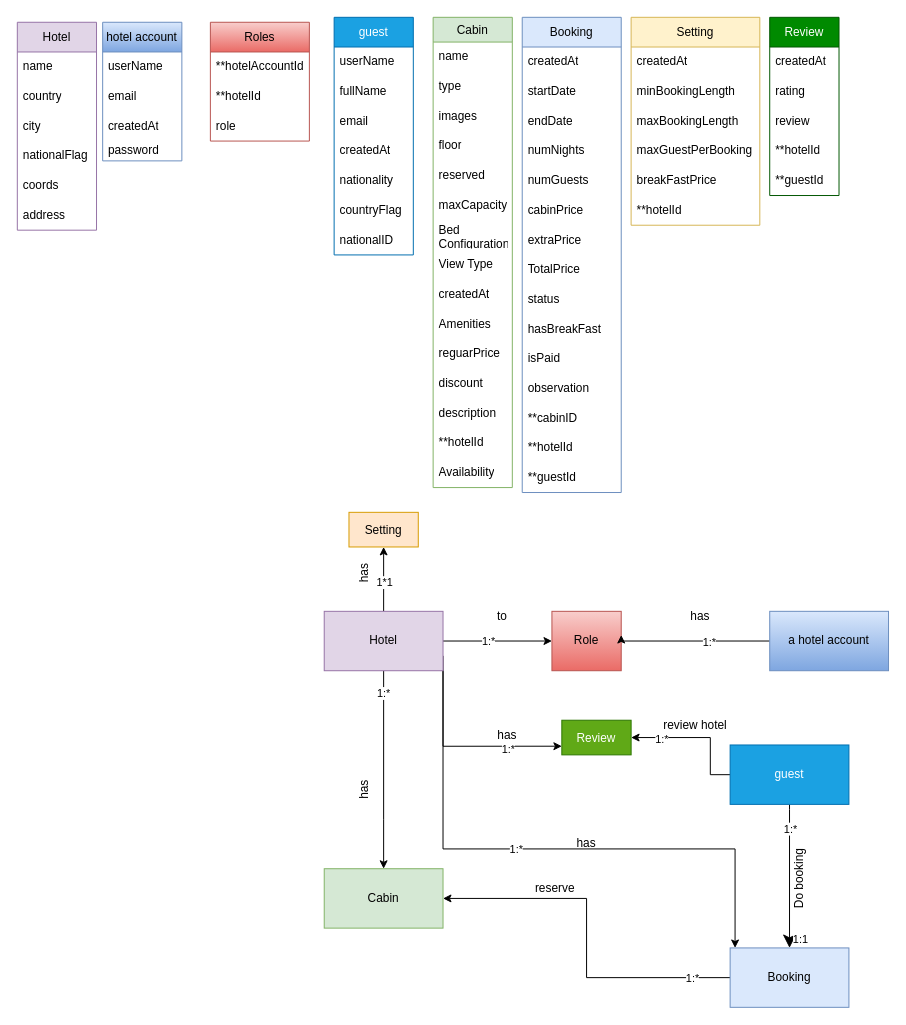
Earlier version of the draw.io diagram src/database model/booking-back-end_model.drawio (natnaelAbebaw/Roomy-backend). Source tidied: cells renumbered, new cells numbered last; positions are measured from the earlier drawing's top-left corner, leaving out a move shared by most shapes. Both pictures are drawn from the tidied source at 99%, with x=0, y=0 at pixel (17, 17).
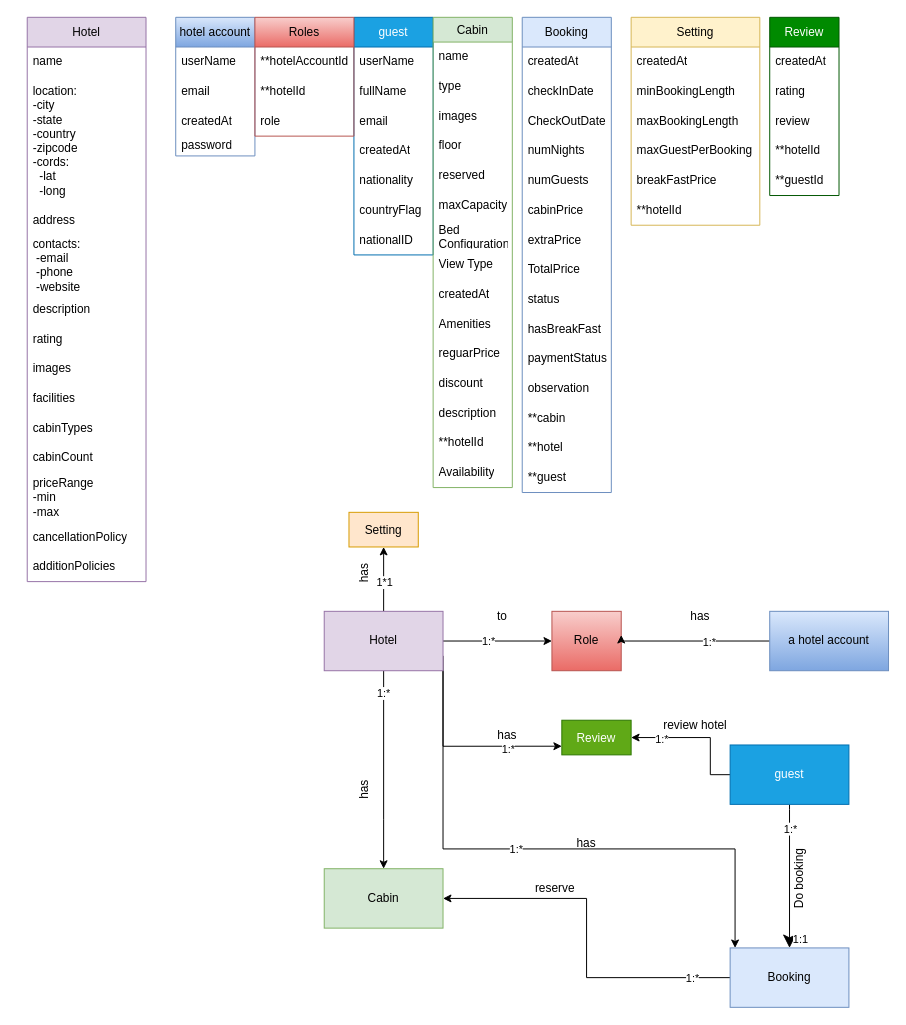
The same page after the edit.

Change to the diagram source:
```diff
@@
     <mxCell id="2" value="Hotel" style="swimlane;fontStyle=0;horizontal=1;startSize=30;whiteSpace=wrap;html=1;fillColor=#e1d5e7;strokeColor=#9673a6;" parent="1" vertex="1">
-      <mxGeometry y="5" width="80" height="210" as="geometry" />
+      <mxGeometry x="10" width="120" height="570" as="geometry" />
     </mxCell>
     <mxCell id="3" value="name" style="text;strokeColor=none;fillColor=none;align=left;verticalAlign=middle;spacingLeft=4;spacingRight=4;overflow=hidden;whiteSpace=wrap;html=1;" parent="2" vertex="1">
-      <mxGeometry y="30" width="80" height="30" as="geometry" />
+      <mxGeometry y="30" width="120" height="30" as="geometry" />
     </mxCell>
-    <mxCell id="4" value="country" style="text;strokeColor=none;fillColor=none;align=left;verticalAlign=middle;spacingLeft=4;spacingRight=4;overflow=hidden;whiteSpace=wrap;html=1;" parent="2" vertex="1">
-      <mxGeometry y="60" width="80" height="30" as="geometry" />
+    <mxCell id="4" value="location:&lt;br&gt;-city&lt;br&gt;-state&lt;br&gt;-country&lt;br&gt;-zipcode&lt;br&gt;-cords:&lt;br&gt;&amp;nbsp; -lat&lt;br&gt;&amp;nbsp; -long" style="text;strokeColor=none;fillColor=none;align=left;verticalAlign=middle;spacingLeft=4;spacingRight=4;overflow=hidden;whiteSpace=wrap;html=1;" parent="2" vertex="1">
+      <mxGeometry y="60" width="120" height="130" as="geometry" />
     </mxCell>
+    <mxCell id="8" value="address" style="text;strokeColor=none;fillColor=none;align=left;verticalAlign=middle;spacingLeft=4;spacingRight=4;overflow=hidden;whiteSpace=wrap;html=1;" parent="2" vertex="1">
+      <mxGeometry y="190" width="120" height="30" as="geometry" />
+    </mxCell>
-    <mxCell id="5" value="city" style="text;strokeColor=none;fillColor=none;align=left;verticalAlign=middle;spacingLeft=4;spacingRight=4;overflow=hidden;whiteSpace=wrap;html=1;" parent="2" vertex="1">
-      <mxGeometry y="90" width="80" height="30" as="geometry" />
+    <mxCell id="5" value="contacts:&lt;br&gt;&amp;nbsp;-email&lt;br&gt;&amp;nbsp;-phone&lt;br&gt;&amp;nbsp;-website" style="text;strokeColor=none;fillColor=none;align=left;verticalAlign=middle;spacingLeft=4;spacingRight=4;overflow=hidden;whiteSpace=wrap;html=1;" parent="2" vertex="1">
+      <mxGeometry y="220" width="120" height="60" as="geometry" />
     </mxCell>
-    <mxCell id="6" value="nationalFlag" style="text;strokeColor=none;fillColor=none;align=left;verticalAlign=middle;spacingLeft=4;spacingRight=4;overflow=hidden;whiteSpace=wrap;html=1;" parent="2" vertex="1">
-      <mxGeometry y="120" width="80" height="30" as="geometry" />
+    <mxCell id="6" value="description" style="text;strokeColor=none;fillColor=none;align=left;verticalAlign=middle;spacingLeft=4;spacingRight=4;overflow=hidden;whiteSpace=wrap;html=1;" parent="2" vertex="1">
+      <mxGeometry y="280" width="120" height="30" as="geometry" />
     </mxCell>
+    <mxCell id="107" value="rating" style="text;strokeColor=none;fillColor=none;align=left;verticalAlign=middle;spacingLeft=4;spacingRight=4;overflow=hidden;whiteSpace=wrap;html=1;" parent="2" vertex="1">
+      <mxGeometry y="310" width="120" height="30" as="geometry" />
+    </mxCell>
-    <mxCell id="7" value="coords" style="text;strokeColor=none;fillColor=none;align=left;verticalAlign=middle;spacingLeft=4;spacingRight=4;overflow=hidden;whiteSpace=wrap;html=1;" parent="2" vertex="1">
-      <mxGeometry y="150" width="80" height="30" as="geometry" />
+    <mxCell id="7" value="images" style="text;strokeColor=none;fillColor=none;align=left;verticalAlign=middle;spacingLeft=4;spacingRight=4;overflow=hidden;whiteSpace=wrap;html=1;" parent="2" vertex="1">
+      <mxGeometry y="340" width="120" height="30" as="geometry" />
     </mxCell>
-    <mxCell id="8" value="address" style="text;strokeColor=none;fillColor=none;align=left;verticalAlign=middle;spacingLeft=4;spacingRight=4;overflow=hidden;whiteSpace=wrap;html=1;" parent="2" vertex="1">
-      <mxGeometry y="180" width="80" height="30" as="geometry" />
-    </mxCell>
+    <mxCell id="108" value="facilities" style="text;strokeColor=none;fillColor=none;align=left;verticalAlign=middle;spacingLeft=4;spacingRight=4;overflow=hidden;whiteSpace=wrap;html=1;" parent="2" vertex="1">
+      <mxGeometry y="370" width="120" height="30" as="geometry" />
+    </mxCell>
+    <mxCell id="109" value="cabinTypes" style="text;strokeColor=none;fillColor=none;align=left;verticalAlign=middle;spacingLeft=4;spacingRight=4;overflow=hidden;whiteSpace=wrap;html=1;" parent="2" vertex="1">
+      <mxGeometry y="400" width="120" height="30" as="geometry" />
+    </mxCell>
+    <mxCell id="110" value="cabinCount" style="text;strokeColor=none;fillColor=none;align=left;verticalAlign=middle;spacingLeft=4;spacingRight=4;overflow=hidden;whiteSpace=wrap;html=1;" parent="2" vertex="1">
+      <mxGeometry y="430" width="120" height="30" as="geometry" />
+    </mxCell>
+    <mxCell id="111" value="priceRange&lt;br&gt;-min&lt;br&gt;-max" style="text;strokeColor=none;fillColor=none;align=left;verticalAlign=middle;spacingLeft=4;spacingRight=4;overflow=hidden;whiteSpace=wrap;html=1;" parent="2" vertex="1">
+      <mxGeometry y="460" width="120" height="50" as="geometry" />
+    </mxCell>
+    <mxCell id="112" value="cancellationPolicy" style="text;strokeColor=none;fillColor=none;align=left;verticalAlign=middle;spacingLeft=4;spacingRight=4;overflow=hidden;whiteSpace=wrap;html=1;" parent="2" vertex="1">
+      <mxGeometry y="510" width="120" height="30" as="geometry" />
+    </mxCell>
+    <mxCell id="113" value="additionPolicies" style="text;strokeColor=none;fillColor=none;align=left;verticalAlign=middle;spacingLeft=4;spacingRight=4;overflow=hidden;whiteSpace=wrap;html=1;" parent="2" vertex="1">
+      <mxGeometry y="540" width="120" height="30" as="geometry" />
+    </mxCell>
     <mxCell id="9" value="guest" style="swimlane;fontStyle=0;horizontal=1;startSize=30;whiteSpace=wrap;html=1;fillColor=#1ba1e2;fontColor=#ffffff;strokeColor=#006EAF;" parent="1" vertex="1">
-      <mxGeometry x="320" width="80" height="240" as="geometry" />
+      <mxGeometry x="340" width="80" height="240" as="geometry" />
     </mxCell>
@@
     <mxCell id="33" value="Booking" style="swimlane;fontStyle=0;horizontal=1;startSize=30;whiteSpace=wrap;html=1;fillColor=#dae8fc;strokeColor=#6c8ebf;" parent="1" vertex="1">
-      <mxGeometry x="510" width="100" height="480" as="geometry" />
+      <mxGeometry x="510" width="90" height="480" as="geometry" />
     </mxCell>
     <mxCell id="34" value="createdAt" style="text;strokeColor=none;fillColor=none;align=left;verticalAlign=middle;spacingLeft=4;spacingRight=4;overflow=hidden;whiteSpace=wrap;html=1;" parent="33" vertex="1">
-      <mxGeometry y="30" width="100" height="30" as="geometry" />
+      <mxGeometry y="30" width="90" height="30" as="geometry" />
     </mxCell>
-    <mxCell id="35" value="startDate" style="text;strokeColor=none;fillColor=none;align=left;verticalAlign=middle;spacingLeft=4;spacingRight=4;overflow=hidden;whiteSpace=wrap;html=1;" parent="33" vertex="1">
-      <mxGeometry y="60" width="100" height="30" as="geometry" />
+    <mxCell id="35" value="checkInDate" style="text;strokeColor=none;fillColor=none;align=left;verticalAlign=middle;spacingLeft=4;spacingRight=4;overflow=hidden;whiteSpace=wrap;html=1;" parent="33" vertex="1">
+      <mxGeometry y="60" width="90" height="30" as="geometry" />
     </mxCell>
-    <mxCell id="36" value="endDate" style="text;strokeColor=none;fillColor=none;align=left;verticalAlign=middle;spacingLeft=4;spacingRight=4;overflow=hidden;whiteSpace=wrap;html=1;" parent="33" vertex="1">
-      <mxGeometry y="90" width="100" height="30" as="geometry" />
+    <mxCell id="36" value="CheckOutDate" style="text;strokeColor=none;fillColor=none;align=left;verticalAlign=middle;spacingLeft=4;spacingRight=4;overflow=hidden;whiteSpace=wrap;html=1;" parent="33" vertex="1">
+      <mxGeometry y="90" width="90" height="30" as="geometry" />
     </mxCell>
     <mxCell id="37" value="numNights" style="text;strokeColor=none;fillColor=none;align=left;verticalAlign=middle;spacingLeft=4;spacingRight=4;overflow=hidden;whiteSpace=wrap;html=1;" parent="33" vertex="1">
-      <mxGeometry y="120" width="100" height="30" as="geometry" />
+      <mxGeometry y="120" width="90" height="30" as="geometry" />
     </mxCell>
     <mxCell id="38" value="numGuests" style="text;strokeColor=none;fillColor=none;align=left;verticalAlign=middle;spacingLeft=4;spacingRight=4;overflow=hidden;whiteSpace=wrap;html=1;" parent="33" vertex="1">
-      <mxGeometry y="150" width="100" height="30" as="geometry" />
+      <mxGeometry y="150" width="90" height="30" as="geometry" />
     </mxCell>
     <mxCell id="39" value="cabinPrice" style="text;strokeColor=none;fillColor=none;align=left;verticalAlign=middle;spacingLeft=4;spacingRight=4;overflow=hidden;whiteSpace=wrap;html=1;" parent="33" vertex="1">
-      <mxGeometry y="180" width="100" height="30" as="geometry" />
+      <mxGeometry y="180" width="90" height="30" as="geometry" />
     </mxCell>
     <mxCell id="40" value="extraPrice" style="text;strokeColor=none;fillColor=none;align=left;verticalAlign=middle;spacingLeft=4;spacingRight=4;overflow=hidden;whiteSpace=wrap;html=1;" parent="33" vertex="1">
-      <mxGeometry y="210" width="100" height="30" as="geometry" />
+      <mxGeometry y="210" width="90" height="30" as="geometry" />
     </mxCell>
     <mxCell id="41" value="TotalPrice" style="text;strokeColor=none;fillColor=none;align=left;verticalAlign=middle;spacingLeft=4;spacingRight=4;overflow=hidden;whiteSpace=wrap;html=1;" parent="33" vertex="1">
-      <mxGeometry y="240" width="100" height="30" as="geometry" />
+      <mxGeometry y="240" width="90" height="30" as="geometry" />
     </mxCell>
     <mxCell id="42" value="status" style="text;strokeColor=none;fillColor=none;align=left;verticalAlign=middle;spacingLeft=4;spacingRight=4;overflow=hidden;whiteSpace=wrap;html=1;" parent="33" vertex="1">
-      <mxGeometry y="270" width="100" height="30" as="geometry" />
+      <mxGeometry y="270" width="90" height="30" as="geometry" />
     </mxCell>
     <mxCell id="43" value="hasBreakFast" style="text;strokeColor=none;fillColor=none;align=left;verticalAlign=middle;spacingLeft=4;spacingRight=4;overflow=hidden;whiteSpace=wrap;html=1;" parent="33" vertex="1">
-      <mxGeometry y="300" width="100" height="30" as="geometry" />
+      <mxGeometry y="300" width="90" height="30" as="geometry" />
     </mxCell>
-    <mxCell id="44" value="isPaid" style="text;strokeColor=none;fillColor=none;align=left;verticalAlign=middle;spacingLeft=4;spacingRight=4;overflow=hidden;whiteSpace=wrap;html=1;" parent="33" vertex="1">
-      <mxGeometry y="330" width="100" height="30" as="geometry" />
+    <mxCell id="44" value="paymentStatus" style="text;strokeColor=none;fillColor=none;align=left;verticalAlign=middle;spacingLeft=4;spacingRight=4;overflow=hidden;whiteSpace=wrap;html=1;" parent="33" vertex="1">
+      <mxGeometry y="330" width="90" height="30" as="geometry" />
     </mxCell>
     <mxCell id="45" value="observation" style="text;strokeColor=none;fillColor=none;align=left;verticalAlign=middle;spacingLeft=4;spacingRight=4;overflow=hidden;whiteSpace=wrap;html=1;" parent="33" vertex="1">
-      <mxGeometry y="360" width="100" height="30" as="geometry" />
+      <mxGeometry y="360" width="90" height="30" as="geometry" />
     </mxCell>
-    <mxCell id="46" value="**cabinID" style="text;strokeColor=none;fillColor=none;align=left;verticalAlign=middle;spacingLeft=4;spacingRight=4;overflow=hidden;whiteSpace=wrap;html=1;" parent="33" vertex="1">
-      <mxGeometry y="390" width="100" height="30" as="geometry" />
+    <mxCell id="46" value="**cabin" style="text;strokeColor=none;fillColor=none;align=left;verticalAlign=middle;spacingLeft=4;spacingRight=4;overflow=hidden;whiteSpace=wrap;html=1;" parent="33" vertex="1">
+      <mxGeometry y="390" width="90" height="30" as="geometry" />
     </mxCell>
-    <mxCell id="47" value="**hotelId" style="text;strokeColor=none;fillColor=none;align=left;verticalAlign=middle;spacingLeft=4;spacingRight=4;overflow=hidden;whiteSpace=wrap;html=1;" parent="33" vertex="1">
-      <mxGeometry y="420" width="100" height="30" as="geometry" />
+    <mxCell id="47" value="**hotel" style="text;strokeColor=none;fillColor=none;align=left;verticalAlign=middle;spacingLeft=4;spacingRight=4;overflow=hidden;whiteSpace=wrap;html=1;" parent="33" vertex="1">
+      <mxGeometry y="420" width="90" height="30" as="geometry" />
     </mxCell>
-    <mxCell id="48" value="**guestId" style="text;strokeColor=none;fillColor=none;align=left;verticalAlign=middle;spacingLeft=4;spacingRight=4;overflow=hidden;whiteSpace=wrap;html=1;" parent="33" vertex="1">
-      <mxGeometry y="450" width="100" height="30" as="geometry" />
+    <mxCell id="48" value="**guest" style="text;strokeColor=none;fillColor=none;align=left;verticalAlign=middle;spacingLeft=4;spacingRight=4;overflow=hidden;whiteSpace=wrap;html=1;" parent="33" vertex="1">
+      <mxGeometry y="450" width="90" height="30" as="geometry" />
     </mxCell>
@@
     <mxCell id="92" value="hotel account" style="swimlane;fontStyle=0;horizontal=1;startSize=30;whiteSpace=wrap;html=1;fillColor=#dae8fc;strokeColor=#6c8ebf;gradientColor=#7ea6e0;" parent="1" vertex="1">
-      <mxGeometry x="86.2" y="5" width="80" height="140" as="geometry" />
+      <mxGeometry x="160" width="80" height="140" as="geometry" />
     </mxCell>
@@
     <mxCell id="103" value="Roles" style="swimlane;fontStyle=0;horizontal=1;startSize=30;whiteSpace=wrap;html=1;fillColor=#f8cecc;strokeColor=#b85450;gradientColor=#ea6b66;" parent="1" vertex="1">
-      <mxGeometry x="195" y="5" width="100" height="120" as="geometry" />
+      <mxGeometry x="240" width="100" height="120" as="geometry" />
     </mxCell>
```
